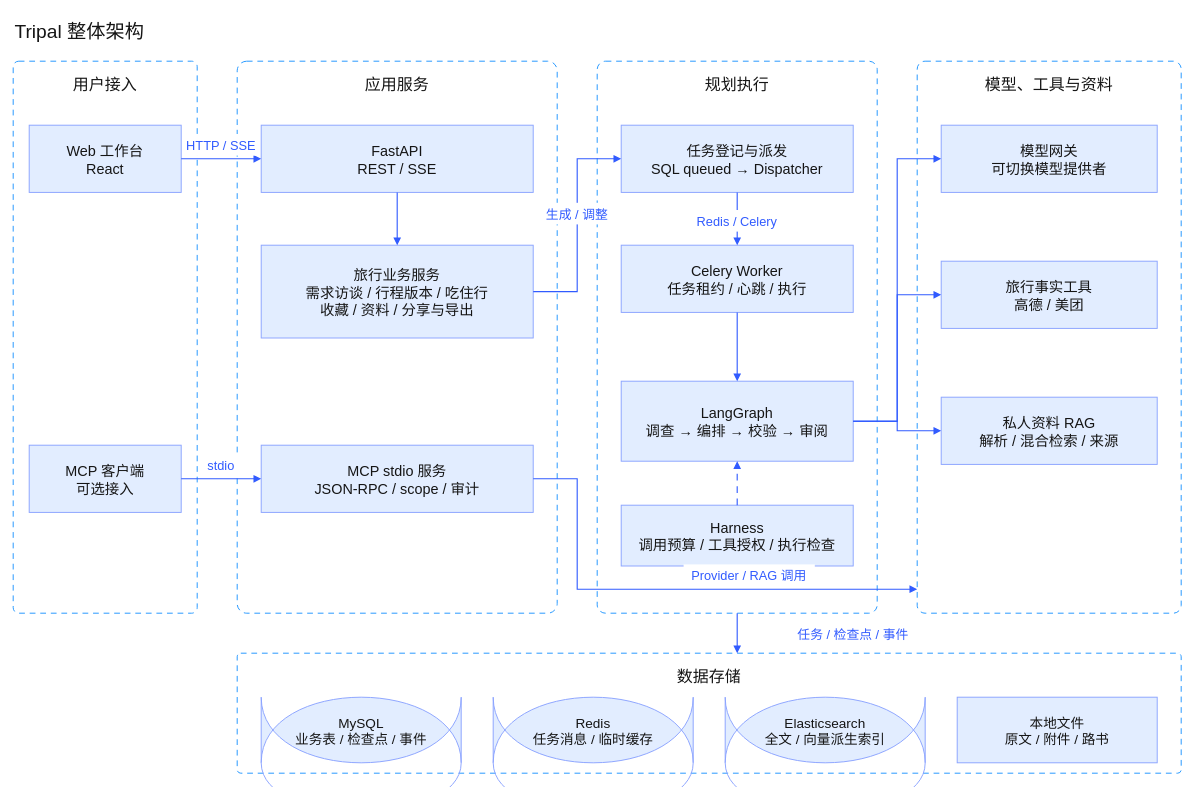
The draw.io diagram docs/assets/architecture/structured/01-overall.drawio in JingleiCui/TripPal, before the edit. Source tidied: cells renumbered, new cells numbered last; positions are measured from the earlier drawing's top-left corner, leaving out a move shared by most shapes. Both pictures are drawn from the tidied source at 80%, with x=0, y=0 at pixel (13, 13).
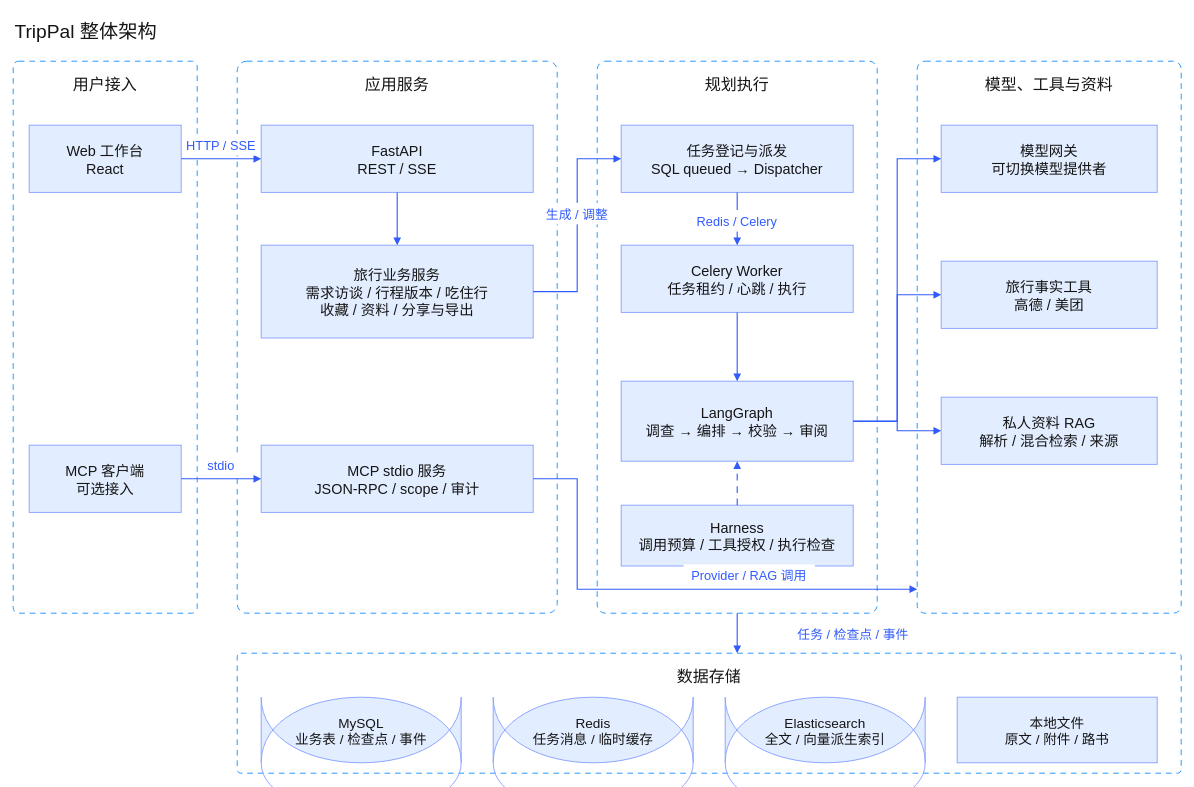
After the change.

Change to the diagram source:
```diff
@@
-    <mxCell id="2" value="Tripal 整体架构" style="html=0;fontFamily=Arial;fontColor=#151515;strokeWidth=1.2;text;align=left;verticalAlign=middle;fontSize=24;" parent="1" vertex="1">
+    <mxCell id="2" value="TripPal 整体架构" style="html=0;fontFamily=Arial;fontColor=#151515;strokeWidth=1.2;text;align=left;verticalAlign=middle;fontSize=24;" parent="1" vertex="1">
       <mxGeometry width="1460" height="40" as="geometry" />
     </mxCell>
```
